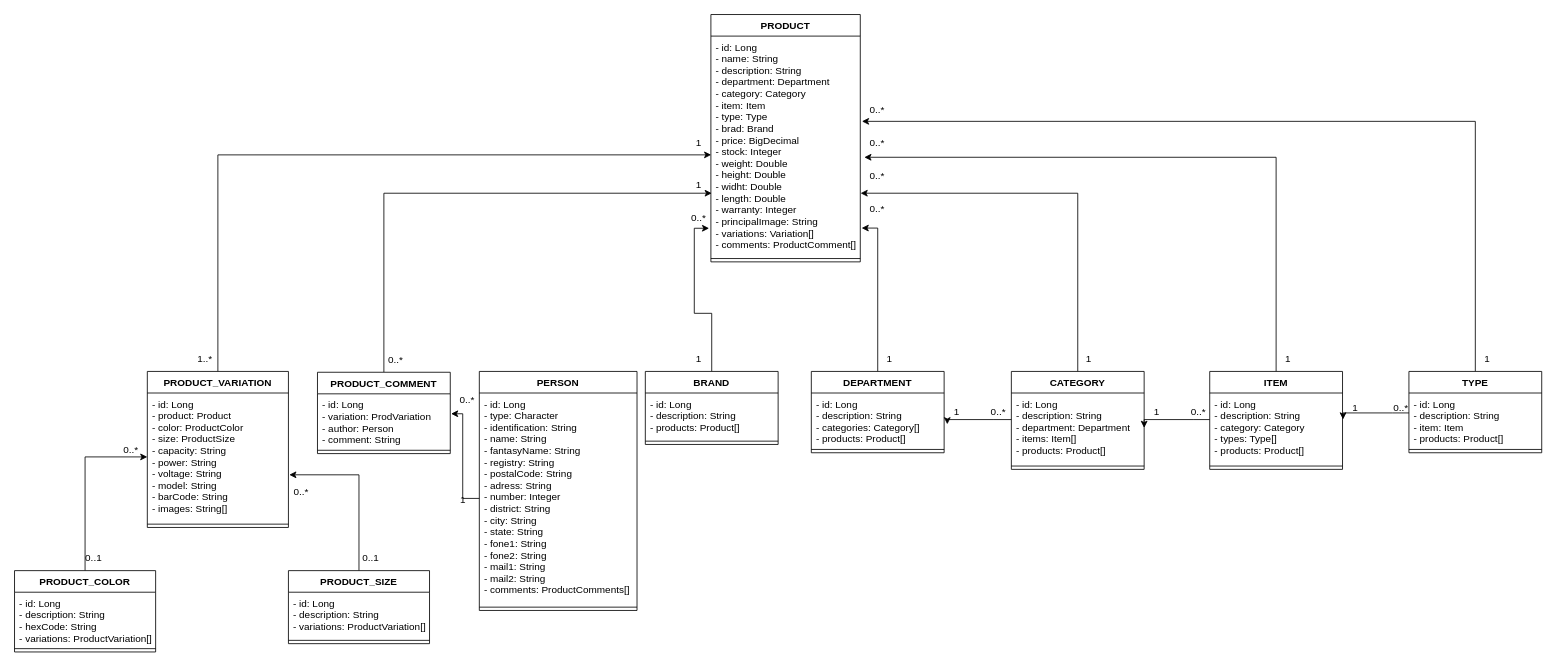
Earlier version of the draw.io diagram ecommerce/backend/product.drawio (augustocesarsousa/draw-io). Source tidied: cells renumbered, new cells numbered last; positions are measured from the earlier drawing's top-left corner, leaving out a move shared by most shapes. Both pictures are drawn from the tidied source at 83%, with x=0, y=0 at pixel (14, 14).
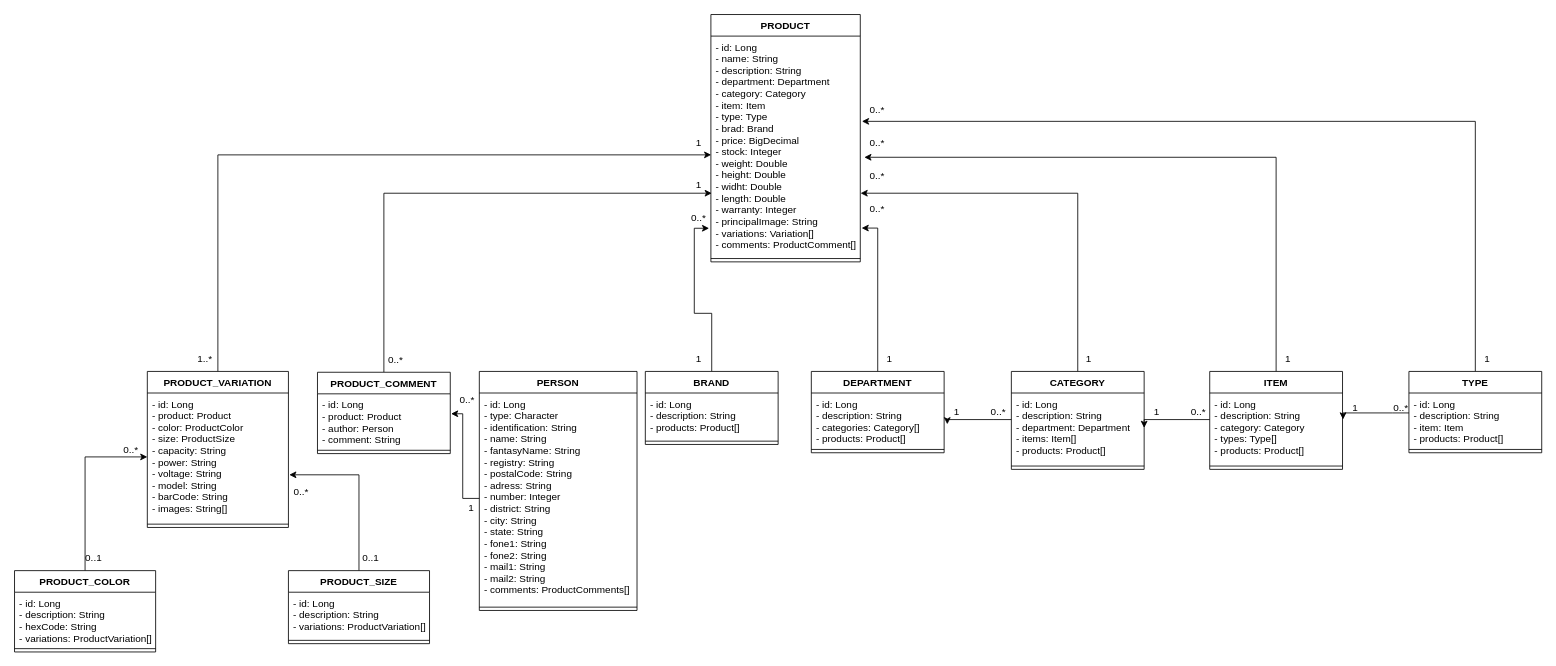
After the change.

Unchanged cells that the change refers to:
```xml
<mxCell id="3" value="PRODUCT_COMMENT" style="swimlane;fontStyle=1;align=center;verticalAlign=top;horizontal=1;startSize=26;" parent="1" vertex="1">
  <mxGeometry x="365" y="431" width="160" height="98" as="geometry" />
</mxCell>
```

What changed in the source:
```diff
@@
-    <mxCell id="4" value="- id: Long&#10;- variation: ProdVariation&#10;- author: Person&#10;- comment: String" style="text;strokeColor=none;fillColor=none;align=left;verticalAlign=top;spacingLeft=4;spacingRight=4;overflow=hidden;points=[[0,0.5],[1,0.5]];portConstraint=eastwest;" parent="3" vertex="1">
+    <mxCell id="4" value="- id: Long&#10;- product: Product&#10;- author: Person&#10;- comment: String" style="text;strokeColor=none;fillColor=none;align=left;verticalAlign=top;spacingLeft=4;spacingRight=4;overflow=hidden;points=[[0,0.5],[1,0.5]];portConstraint=eastwest;" parent="3" vertex="1">
       <mxGeometry y="26" width="160" height="64" as="geometry" />
     </mxCell>
@@
     <mxCell id="73" value="1" style="text;html=1;align=center;verticalAlign=middle;strokeColor=none;fillColor=none;" parent="1" vertex="1">
-      <mxGeometry x="525" y="570" width="30" height="30" as="geometry" />
+      <mxGeometry x="535" y="580" width="30" height="30" as="geometry" />
     </mxCell>
```
